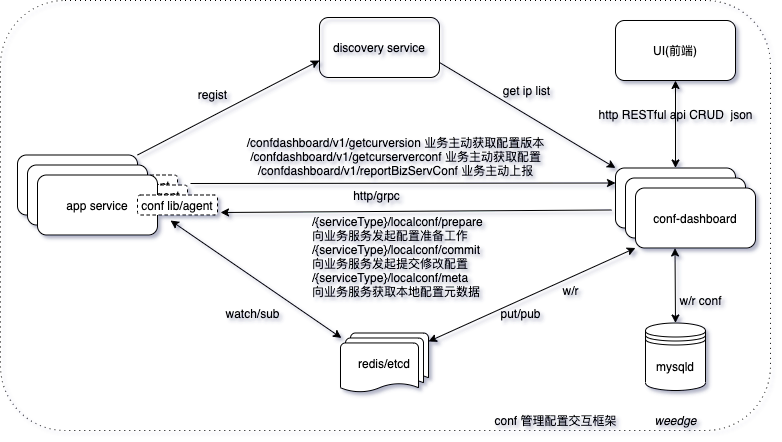
weedge/mypic keeps this draw.io diagram as config-arch.drawio.png. Above is the earlier version. Source tidied: cells renumbered, new cells last; positions are measured from the earlier drawing's top-left corner, leaving out a move shared by most shapes.
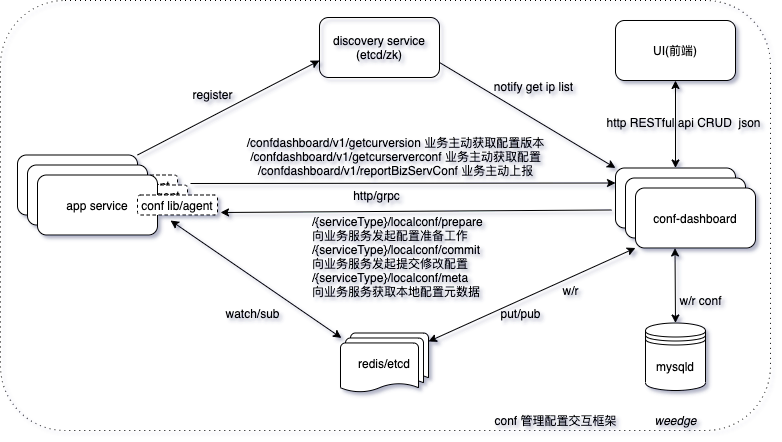
After the change.

The edit, as a diff of the source:
```diff
@@ -47,7 +47,7 @@
       <mxGeometry relative="1" as="geometry" />
     </mxCell>
     <mxCell id="16" value="http RESTful api CRUD&amp;nbsp; json" style="text;html=1;align=center;verticalAlign=middle;strokeColor=none;fillColor=none;" parent="1" vertex="1">
-      <mxGeometry x="590" y="104" width="170" height="20" as="geometry" />
+      <mxGeometry x="598" y="112" width="170" height="20" as="geometry" />
     </mxCell>
     <mxCell id="17" style="endArrow=classic;startArrow=classic;html=1;rounded=0;exitX=0.5;exitY=1;exitDx=0;exitDy=0;entryX=0.5;entryY=0;entryDx=0;entryDy=0;entryPerimeter=0;" parent="1" edge="1">
       <mxGeometry relative="1" as="geometry">
@@ -101,7 +101,7 @@
     <mxCell id="30" value="weedge" style="text;html=1;align=center;verticalAlign=middle;strokeColor=none;fillColor=none;fontStyle=2;" parent="1" vertex="1">
       <mxGeometry x="645" y="410" width="60" height="20" as="geometry" />
     </mxCell>
-    <mxCell id="31" value="discovery service" style="rounded=1;whiteSpace=wrap;html=1;shadow=0;labelBackgroundColor=none;fontColor=none;strokeWidth=1;fillColor=none;" parent="1" vertex="1">
+    <mxCell id="31" value="discovery service&lt;br&gt;(etcd/zk)" style="rounded=1;whiteSpace=wrap;html=1;shadow=0;labelBackgroundColor=none;fontColor=none;strokeWidth=1;fillColor=none;" parent="1" vertex="1">
       <mxGeometry x="319" y="17" width="120" height="60" as="geometry" />
     </mxCell>
     <mxCell id="32" style="endArrow=classic;startArrow=none;html=1;rounded=0;fontColor=none;exitX=1;exitY=0;exitDx=0;exitDy=0;startFill=0;" parent="1" edge="1" source="5">
@@ -112,11 +112,11 @@
     <mxCell id="33" style="endArrow=none;startArrow=classic;html=1;rounded=0;fontColor=none;entryX=1;entryY=0.75;entryDx=0;entryDy=0;exitX=0;exitY=0;exitDx=0;exitDy=0;endFill=0;" parent="1" edge="1" source="3" target="31">
       <mxGeometry relative="1" as="geometry" />
     </mxCell>
-    <mxCell id="34" value="get ip list" style="text;html=1;align=center;verticalAlign=middle;strokeColor=none;fillColor=none;fontColor=none;" parent="1" vertex="1">
-      <mxGeometry x="496" y="80" width="60" height="20" as="geometry" />
+    <mxCell id="34" value="notify get ip list" style="text;html=1;align=center;verticalAlign=middle;strokeColor=none;fillColor=none;fontColor=none;" parent="1" vertex="1">
+      <mxGeometry x="488" y="76" width="90" height="20" as="geometry" />
     </mxCell>
-    <mxCell id="35" value="regist" style="text;html=1;align=center;verticalAlign=middle;strokeColor=none;fillColor=none;fontColor=none;" parent="1" vertex="1">
-      <mxGeometry x="192" y="84" width="40" height="20" as="geometry" />
+    <mxCell id="35" value="register" style="text;html=1;align=center;verticalAlign=middle;strokeColor=none;fillColor=none;fontColor=none;" parent="1" vertex="1">
+      <mxGeometry x="182" y="84" width="60" height="20" as="geometry" />
     </mxCell>
   </root>
 </mxGraphModel>
```
